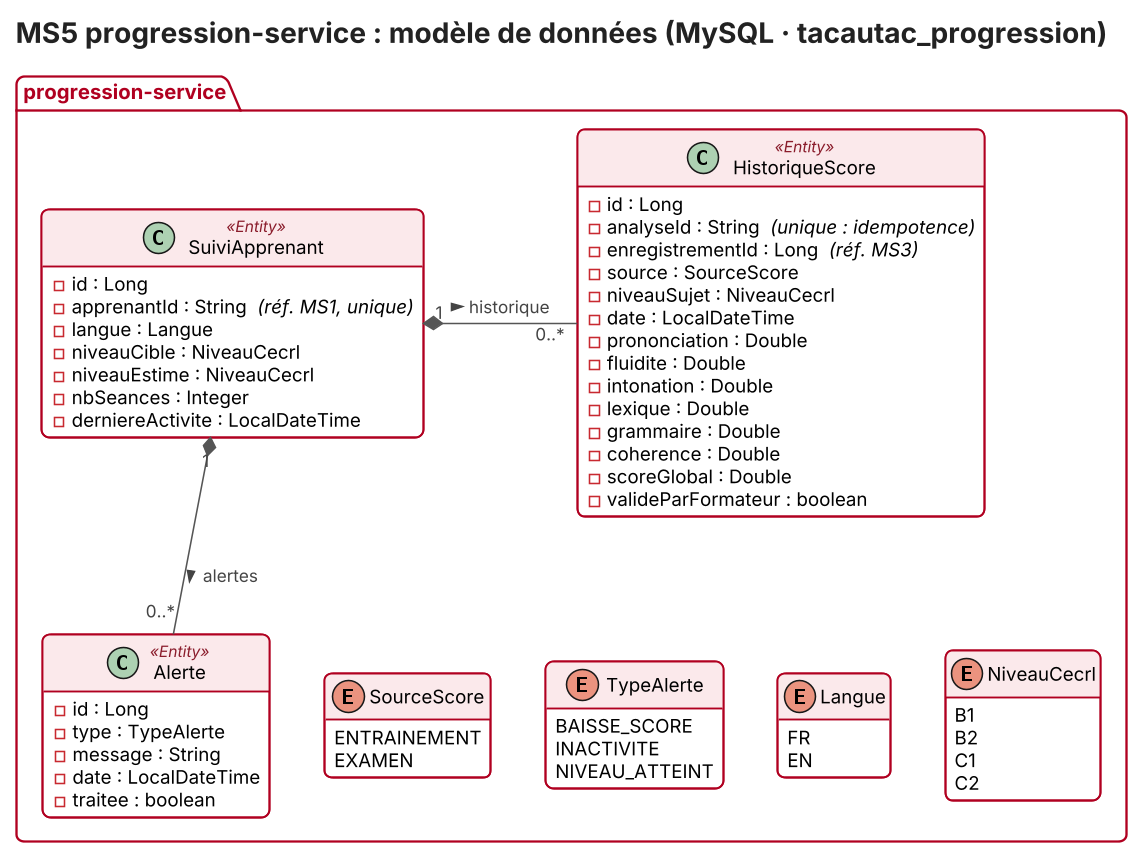
Earlier version of the PlantUML export Documentation/Diagrams/classes-progression-service.png (ixlemdev/TacAuTac-4SSA6).
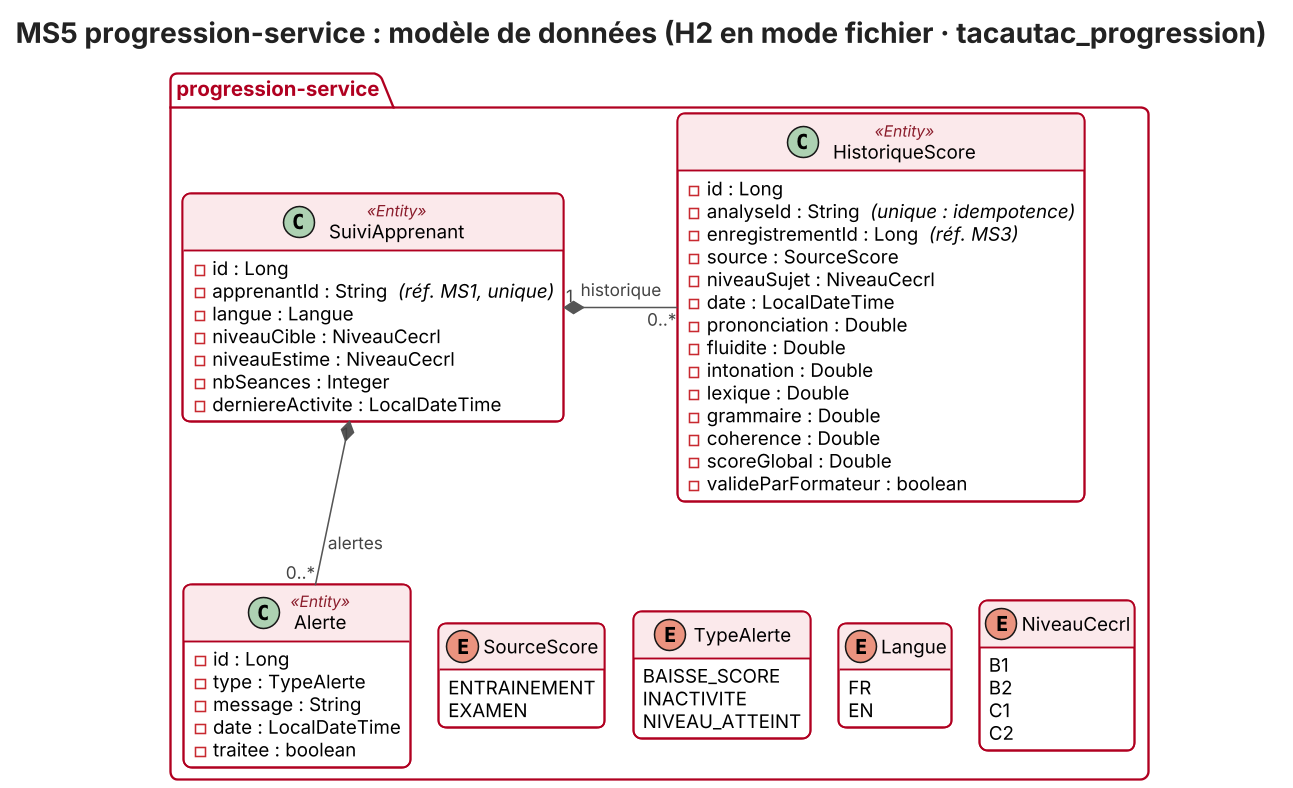
After the change.

The edit, as a diff of the source:
```diff
@@ -1,6 +1,7 @@
 @startuml classes-progression-service
+!pragma layout smetana
 !include style.iuml
-title MS5 progression-service : modèle de données (MySQL · tacautac_progression)
+title MS5 progression-service : modèle de données (H2 en mode fichier · tacautac_progression)
 
 package "progression-service" {
   class SuiviApprenant <<Entity>> {
```
